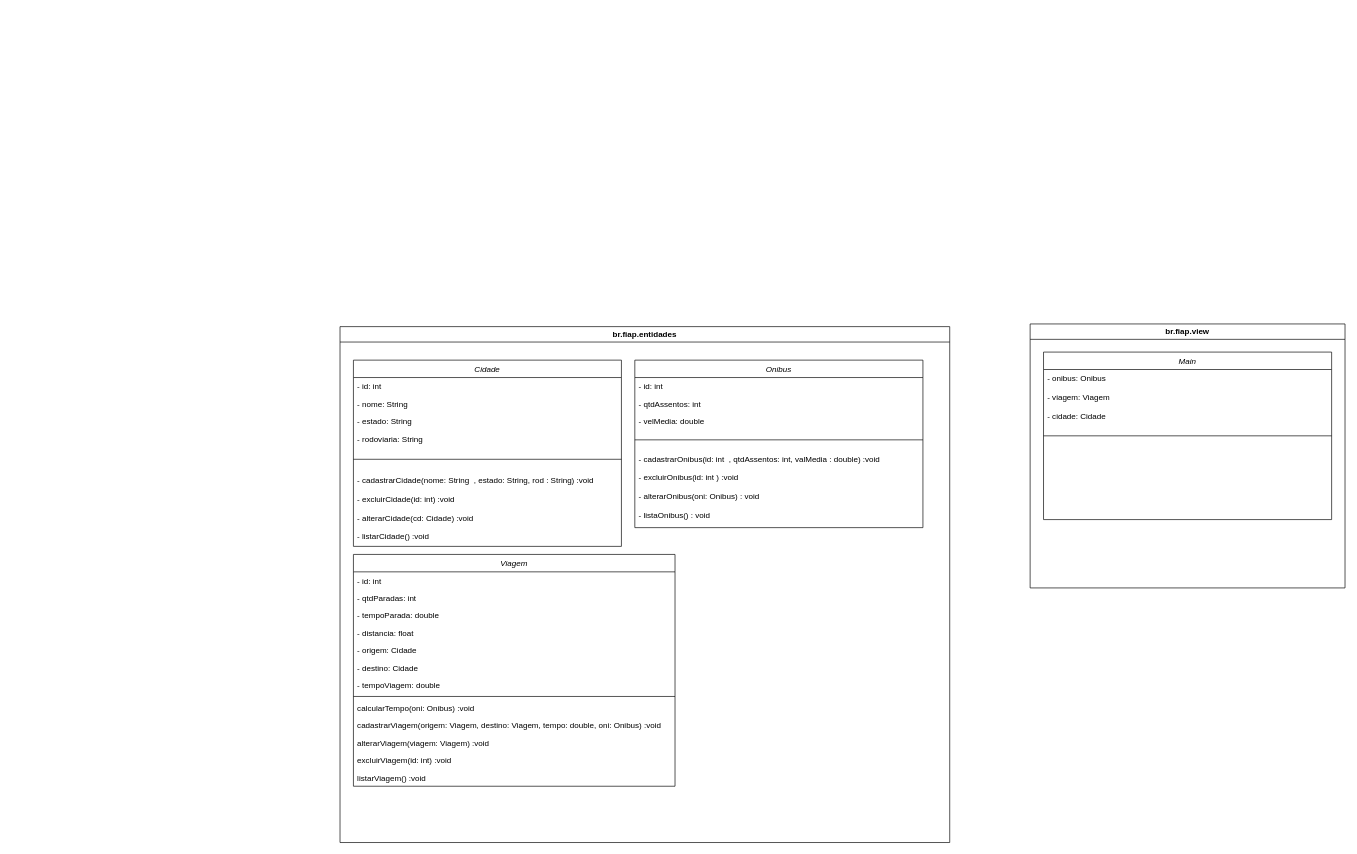
Earlier version of the draw.io diagram Checkpoint01.drawio (FIAP-2024-3SIS/checkpoint-1-innovateit). Source tidied: cells renumbered, new cells numbered last; positions are measured from the earlier drawing's top-left corner, leaving out a move shared by most shapes. Both pictures are drawn from the tidied source at 67%, with x=0, y=0 at pixel (340, 324).
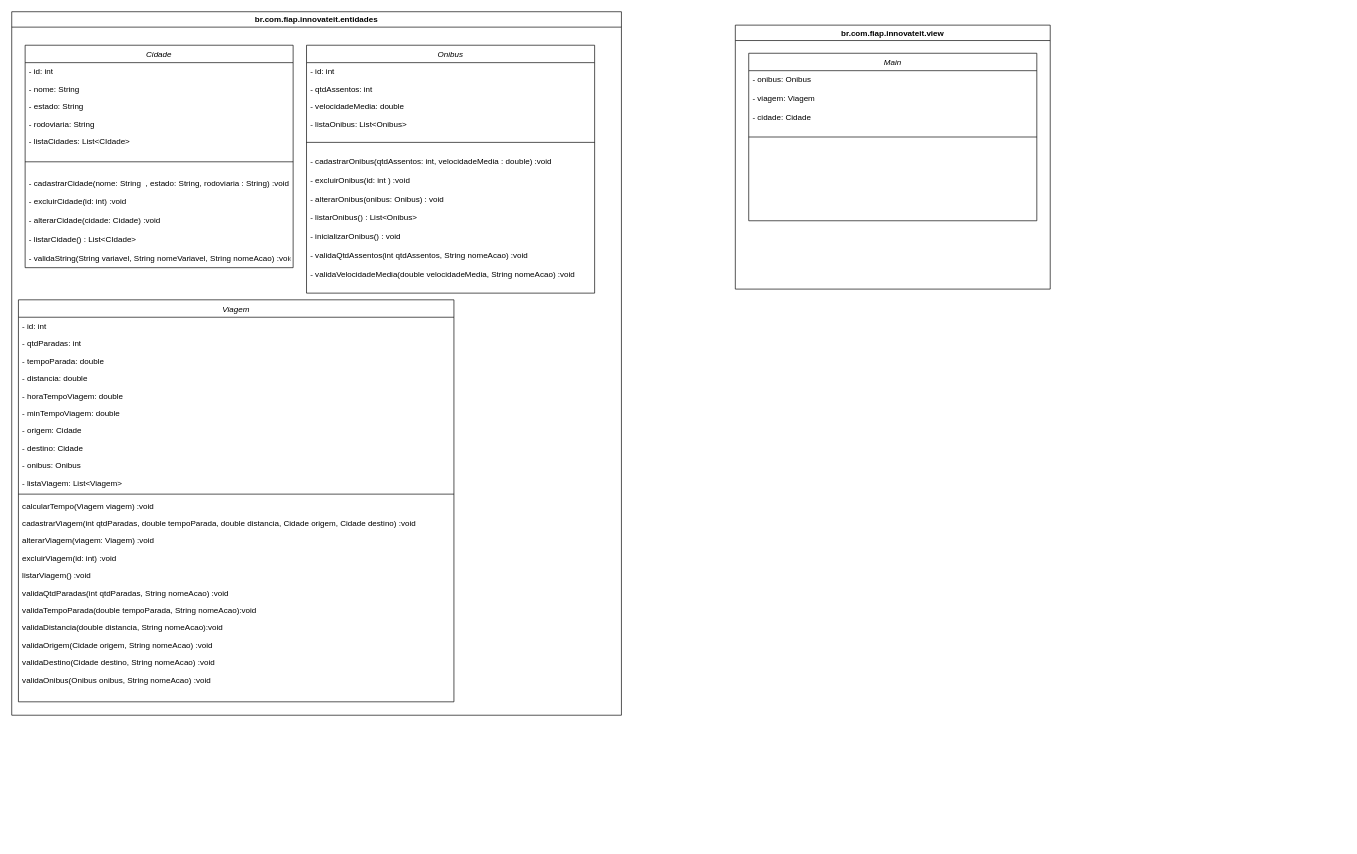
The same page after the edit.

Commit message:
Finalizando diagrama com os pacotes

Diff of the diagram source:
```diff
@@
-    <mxCell id="2" value="br.fiap.entidades" style="swimlane;whiteSpace=wrap;html=1;" parent="1" vertex="1">
-      <mxGeometry y="4" width="910" height="770" as="geometry" />
+    <mxCell id="2" value="br.com.fiap.innovateit.entidades" style="swimlane;whiteSpace=wrap;html=1;startSize=23;" parent="1" vertex="1">
+      <mxGeometry x="-490" y="-466" width="910" height="1050" as="geometry" />
     </mxCell>
     <mxCell id="3" value="Cidade" style="swimlane;fontStyle=2;align=center;verticalAlign=top;horizontal=1;startSize=26;rounded=0;shadow=0;strokeWidth=1;" parent="2" vertex="1">
-      <mxGeometry x="20" y="50" width="400" height="278" as="geometry" />
+      <mxGeometry x="20" y="50" width="400" height="332" as="geometry" />
     </mxCell>
@@
+    <mxCell id="42" value="- listaCidades: List&lt;CIdade&gt;" style="text;align=left;verticalAlign=top;spacingLeft=4;spacingRight=4;overflow=hidden;" parent="3" vertex="1">
+      <mxGeometry y="130" width="400" height="26" as="geometry" />
+    </mxCell>
     <mxCell id="8" style="line;html=1;strokeWidth=1;align=left;verticalAlign=middle;spacingTop=-1;spacingLeft=3;spacingRight=3;labelPosition=right;" parent="3" vertex="1">
-      <mxGeometry y="130" width="400" height="36" as="geometry" />
+      <mxGeometry y="156" width="400" height="36" as="geometry" />
     </mxCell>
-    <mxCell id="9" value="- cadastrarCidade(nome: String  , estado: String, rod : String) :void" style="text;align=left;verticalAlign=top;spacingLeft=4;spacingRight=4;overflow=hidden;rounded=0;shadow=0;html=0;" parent="3" vertex="1">
-      <mxGeometry y="166" width="400" height="28" as="geometry" />
+    <mxCell id="9" value="- cadastrarCidade(nome: String  , estado: String, rodoviaria : String) :void" style="text;align=left;verticalAlign=top;spacingLeft=4;spacingRight=4;overflow=hidden;rounded=0;shadow=0;html=0;" parent="3" vertex="1">
+      <mxGeometry y="192" width="400" height="28" as="geometry" />
     </mxCell>
     <mxCell id="10" value="- excluirCidade(id: int) :void&#10;&#10;" style="text;align=left;verticalAlign=top;spacingLeft=4;spacingRight=4;overflow=hidden;rounded=0;shadow=0;html=0;" parent="3" vertex="1">
-      <mxGeometry y="194" width="400" height="28" as="geometry" />
+      <mxGeometry y="220" width="400" height="28" as="geometry" />
     </mxCell>
-    <mxCell id="11" value="- alterarCidade(cd: Cidade) :void&#10;&#10;" style="text;align=left;verticalAlign=top;spacingLeft=4;spacingRight=4;overflow=hidden;rounded=0;shadow=0;html=0;" parent="3" vertex="1">
-      <mxGeometry y="222" width="400" height="28" as="geometry" />
+    <mxCell id="11" value="- alterarCidade(cidade: Cidade) :void&#10;&#10;" style="text;align=left;verticalAlign=top;spacingLeft=4;spacingRight=4;overflow=hidden;rounded=0;shadow=0;html=0;" parent="3" vertex="1">
+      <mxGeometry y="248" width="400" height="28" as="geometry" />
     </mxCell>
-    <mxCell id="12" value="- listarCidade() :void&#10;&#10;" style="text;align=left;verticalAlign=top;spacingLeft=4;spacingRight=4;overflow=hidden;rounded=0;shadow=0;html=0;" parent="3" vertex="1">
-      <mxGeometry y="250" width="400" height="28" as="geometry" />
+    <mxCell id="12" value="- listarCidade() : List&lt;CIdade&gt;" style="text;align=left;verticalAlign=top;spacingLeft=4;spacingRight=4;overflow=hidden;rounded=0;shadow=0;html=0;" parent="3" vertex="1">
+      <mxGeometry y="276" width="400" height="28" as="geometry" />
     </mxCell>
+    <mxCell id="43" value="- validaString(String variavel, String nomeVariavel, String nomeAcao) :void&#10;&#10;" style="text;align=left;verticalAlign=top;spacingLeft=4;spacingRight=4;overflow=hidden;rounded=0;shadow=0;html=0;" parent="3" vertex="1">
+      <mxGeometry y="304" width="400" height="28" as="geometry" />
+    </mxCell>
     <mxCell id="13" value="Viagem" style="swimlane;fontStyle=2;align=center;verticalAlign=top;horizontal=1;startSize=26;rounded=0;shadow=0;strokeWidth=1;" parent="2" vertex="1">
-      <mxGeometry x="20" y="340" width="480" height="346" as="geometry" />
+      <mxGeometry x="10" y="430" width="650" height="600" as="geometry" />
     </mxCell>
     <mxCell id="14" value="- id: int" style="text;align=left;verticalAlign=top;spacingLeft=4;spacingRight=4;overflow=hidden;" parent="13" vertex="1">
-      <mxGeometry y="26" width="480" height="26" as="geometry" />
+      <mxGeometry y="26" width="650" height="26" as="geometry" />
     </mxCell>
     <mxCell id="15" value="- qtdParadas: int" style="text;align=left;verticalAlign=top;spacingLeft=4;spacingRight=4;overflow=hidden;" parent="13" vertex="1">
-      <mxGeometry y="52" width="480" height="26" as="geometry" />
+      <mxGeometry y="52" width="650" height="26" as="geometry" />
     </mxCell>
     <mxCell id="16" value="- tempoParada: double&#10;" style="text;align=left;verticalAlign=top;spacingLeft=4;spacingRight=4;overflow=hidden;" parent="13" vertex="1">
-      <mxGeometry y="78" width="480" height="26" as="geometry" />
+      <mxGeometry y="78" width="650" height="26" as="geometry" />
     </mxCell>
-    <mxCell id="17" value="- distancia: float" style="text;align=left;verticalAlign=top;spacingLeft=4;spacingRight=4;overflow=hidden;rounded=0;shadow=0;html=0;" parent="13" vertex="1">
-      <mxGeometry y="104" width="480" height="26" as="geometry" />
+    <mxCell id="17" value="- distancia: double" style="text;align=left;verticalAlign=top;spacingLeft=4;spacingRight=4;overflow=hidden;rounded=0;shadow=0;html=0;" parent="13" vertex="1">
+      <mxGeometry y="104" width="650" height="26" as="geometry" />
     </mxCell>
+    <mxCell id="20" value="- horaTempoViagem: double&#10;" style="text;align=left;verticalAlign=top;spacingLeft=4;spacingRight=4;overflow=hidden;" parent="13" vertex="1">
+      <mxGeometry y="130" width="650" height="26" as="geometry" />
+    </mxCell>
+    <mxCell id="44" value="- minTempoViagem: double&#10;" style="text;align=left;verticalAlign=top;spacingLeft=4;spacingRight=4;overflow=hidden;" parent="13" vertex="1">
+      <mxGeometry y="156" width="650" height="26" as="geometry" />
+    </mxCell>
     <mxCell id="18" value="- origem: Cidade&#10;" style="text;align=left;verticalAlign=top;spacingLeft=4;spacingRight=4;overflow=hidden;rounded=0;shadow=0;html=0;" parent="13" vertex="1">
-      <mxGeometry y="130" width="480" height="26" as="geometry" />
+      <mxGeometry y="182" width="650" height="26" as="geometry" />
     </mxCell>
     <mxCell id="19" value="- destino: Cidade&#10;" style="text;align=left;verticalAlign=top;spacingLeft=4;spacingRight=4;overflow=hidden;rounded=0;shadow=0;html=0;" parent="13" vertex="1">
-      <mxGeometry y="156" width="480" height="26" as="geometry" />
+      <mxGeometry y="208" width="650" height="26" as="geometry" />
     </mxCell>
-    <mxCell id="20" value="- tempoViagem: double&#10;" style="text;align=left;verticalAlign=top;spacingLeft=4;spacingRight=4;overflow=hidden;" parent="13" vertex="1">
-      <mxGeometry y="182" width="480" height="26" as="geometry" />
-    </mxCell>
+    <mxCell id="45" value="- onibus: Onibus&#10;" style="text;align=left;verticalAlign=top;spacingLeft=4;spacingRight=4;overflow=hidden;rounded=0;shadow=0;html=0;" parent="13" vertex="1">
+      <mxGeometry y="234" width="650" height="26" as="geometry" />
+    </mxCell>
+    <mxCell id="46" value="- listaViagem: List&lt;Viagem&gt;" style="text;align=left;verticalAlign=top;spacingLeft=4;spacingRight=4;overflow=hidden;rounded=0;shadow=0;html=0;" parent="13" vertex="1">
+      <mxGeometry y="260" width="650" height="26" as="geometry" />
+    </mxCell>
     <mxCell id="21" style="line;html=1;strokeWidth=1;align=left;verticalAlign=middle;spacingTop=-1;spacingLeft=3;spacingRight=3;labelPosition=right;" parent="13" vertex="1">
-      <mxGeometry y="208" width="480" height="8" as="geometry" />
+      <mxGeometry y="286" width="650" height="8" as="geometry" />
     </mxCell>
-    <mxCell id="22" value="calcularTempo(oni: Onibus) :void&#10;" style="text;align=left;verticalAlign=top;spacingLeft=4;spacingRight=4;overflow=hidden;rounded=0;shadow=0;html=0;" parent="13" vertex="1">
-      <mxGeometry y="216" width="480" height="26" as="geometry" />
+    <mxCell id="22" value="calcularTempo(Viagem viagem) :void&#10;" style="text;align=left;verticalAlign=top;spacingLeft=4;spacingRight=4;overflow=hidden;rounded=0;shadow=0;html=0;" parent="13" vertex="1">
+      <mxGeometry y="294" width="650" height="26" as="geometry" />
     </mxCell>
-    <mxCell id="23" value="cadastrarViagem(origem: Viagem, destino: Viagem, tempo: double, oni: Onibus) :void&#10;&#10;" style="text;align=left;verticalAlign=top;spacingLeft=4;spacingRight=4;overflow=hidden;rounded=0;shadow=0;html=0;" parent="13" vertex="1">
-      <mxGeometry y="242" width="480" height="26" as="geometry" />
+    <mxCell id="23" value="cadastrarViagem(int qtdParadas, double tempoParada, double distancia, Cidade origem, Cidade destino) :void&#10;&#10;" style="text;align=left;verticalAlign=top;spacingLeft=4;spacingRight=4;overflow=hidden;rounded=0;shadow=0;html=0;" parent="13" vertex="1">
+      <mxGeometry y="320" width="650" height="26" as="geometry" />
     </mxCell>
     <mxCell id="24" value="alterarViagem(viagem: Viagem) :void&#10;" style="text;align=left;verticalAlign=top;spacingLeft=4;spacingRight=4;overflow=hidden;rounded=0;shadow=0;html=0;" parent="13" vertex="1">
-      <mxGeometry y="268" width="480" height="26" as="geometry" />
+      <mxGeometry y="346" width="650" height="26" as="geometry" />
     </mxCell>
     <mxCell id="25" value="excluirViagem(id: int) :void&#10;&#10;" style="text;align=left;verticalAlign=top;spacingLeft=4;spacingRight=4;overflow=hidden;rounded=0;shadow=0;html=0;" parent="13" vertex="1">
-      <mxGeometry y="294" width="480" height="26" as="geometry" />
+      <mxGeometry y="372" width="650" height="26" as="geometry" />
     </mxCell>
     <mxCell id="26" value="listarViagem() :void&#10;&#10;" style="text;align=left;verticalAlign=top;spacingLeft=4;spacingRight=4;overflow=hidden;rounded=0;shadow=0;html=0;" parent="13" vertex="1">
-      <mxGeometry y="320" width="480" height="26" as="geometry" />
+      <mxGeometry y="398" width="650" height="26" as="geometry" />
     </mxCell>
+    <mxCell id="47" value="validaQtdParadas(int qtdParadas, String nomeAcao) :void&#10;" style="text;align=left;verticalAlign=top;spacingLeft=4;spacingRight=4;overflow=hidden;rounded=0;shadow=0;html=0;" parent="13" vertex="1">
+      <mxGeometry y="424" width="650" height="26" as="geometry" />
+    </mxCell>
+    <mxCell id="48" value="validaTempoParada(double tempoParada, String nomeAcao):void&#10;" style="text;align=left;verticalAlign=top;spacingLeft=4;spacingRight=4;overflow=hidden;rounded=0;shadow=0;html=0;" parent="13" vertex="1">
+      <mxGeometry y="450" width="650" height="26" as="geometry" />
+    </mxCell>
+    <mxCell id="49" value="validaDistancia(double distancia, String nomeAcao):void&#10;" style="text;align=left;verticalAlign=top;spacingLeft=4;spacingRight=4;overflow=hidden;rounded=0;shadow=0;html=0;" parent="13" vertex="1">
+      <mxGeometry y="476" width="650" height="26" as="geometry" />
+    </mxCell>
+    <mxCell id="50" value="validaOrigem(Cidade origem, String nomeAcao) :void&#10;" style="text;align=left;verticalAlign=top;spacingLeft=4;spacingRight=4;overflow=hidden;rounded=0;shadow=0;html=0;" parent="13" vertex="1">
+      <mxGeometry y="502" width="650" height="26" as="geometry" />
+    </mxCell>
+    <mxCell id="51" value="validaDestino(Cidade destino, String nomeAcao) :void&#10;" style="text;align=left;verticalAlign=top;spacingLeft=4;spacingRight=4;overflow=hidden;rounded=0;shadow=0;html=0;" parent="13" vertex="1">
+      <mxGeometry y="528" width="650" height="26" as="geometry" />
+    </mxCell>
+    <mxCell id="52" value="validaOnibus(Onibus onibus, String nomeAcao) :void&#10;" style="text;align=left;verticalAlign=top;spacingLeft=4;spacingRight=4;overflow=hidden;rounded=0;shadow=0;html=0;" parent="13" vertex="1">
+      <mxGeometry y="554" width="650" height="26" as="geometry" />
+    </mxCell>
     <mxCell id="27" value="Onibus&#10;" style="swimlane;fontStyle=2;align=center;verticalAlign=top;horizontal=1;startSize=26;rounded=0;shadow=0;strokeWidth=1;" parent="2" vertex="1">
-      <mxGeometry x="440" y="50" width="430" height="250" as="geometry" />
+      <mxGeometry x="440" y="50" width="430" height="370" as="geometry" />
     </mxCell>
@@
-    <mxCell id="30" value="- velMedia: double" style="text;align=left;verticalAlign=top;spacingLeft=4;spacingRight=4;overflow=hidden;rounded=0;shadow=0;html=0;" parent="27" vertex="1">
+    <mxCell id="30" value="- velocidadeMedia: double" style="text;align=left;verticalAlign=top;spacingLeft=4;spacingRight=4;overflow=hidden;rounded=0;shadow=0;html=0;" parent="27" vertex="1">
       <mxGeometry y="78" width="430" height="26" as="geometry" />
     </mxCell>
+    <mxCell id="53" value="- listaOnibus: List&lt;Onibus&gt;" style="text;align=left;verticalAlign=top;spacingLeft=4;spacingRight=4;overflow=hidden;rounded=0;shadow=0;html=0;" parent="27" vertex="1">
+      <mxGeometry y="104" width="430" height="26" as="geometry" />
+    </mxCell>
     <mxCell id="31" style="line;html=1;strokeWidth=1;align=left;verticalAlign=middle;spacingTop=-1;spacingLeft=3;spacingRight=3;labelPosition=right;" parent="27" vertex="1">
-      <mxGeometry y="104" width="430" height="30" as="geometry" />
+      <mxGeometry y="130" width="430" height="30" as="geometry" />
     </mxCell>
-    <mxCell id="32" value="- cadastrarOnibus(id: int  , qtdAssentos: int, valMedia : double) :void" style="text;align=left;verticalAlign=top;spacingLeft=4;spacingRight=4;overflow=hidden;rounded=0;shadow=0;html=0;" parent="27" vertex="1">
-      <mxGeometry y="134" width="430" height="28" as="geometry" />
+    <mxCell id="32" value="- cadastrarOnibus(qtdAssentos: int, velocidadeMedia : double) :void" style="text;align=left;verticalAlign=top;spacingLeft=4;spacingRight=4;overflow=hidden;rounded=0;shadow=0;html=0;" parent="27" vertex="1">
+      <mxGeometry y="160" width="430" height="28" as="geometry" />
     </mxCell>
     <mxCell id="33" value="- excluirOnibus(id: int ) :void" style="text;align=left;verticalAlign=top;spacingLeft=4;spacingRight=4;overflow=hidden;rounded=0;shadow=0;html=0;" parent="27" vertex="1">
-      <mxGeometry y="162" width="430" height="28" as="geometry" />
+      <mxGeometry y="188" width="430" height="28" as="geometry" />
     </mxCell>
-    <mxCell id="34" value="- alterarOnibus(oni: Onibus) : void" style="text;align=left;verticalAlign=top;spacingLeft=4;spacingRight=4;overflow=hidden;rounded=0;shadow=0;html=0;" parent="27" vertex="1">
-      <mxGeometry y="190" width="430" height="28" as="geometry" />
+    <mxCell id="34" value="- alterarOnibus(onibus: Onibus) : void" style="text;align=left;verticalAlign=top;spacingLeft=4;spacingRight=4;overflow=hidden;rounded=0;shadow=0;html=0;" parent="27" vertex="1">
+      <mxGeometry y="216" width="430" height="28" as="geometry" />
     </mxCell>
-    <mxCell id="35" value="- listaOnibus() : void" style="text;align=left;verticalAlign=top;spacingLeft=4;spacingRight=4;overflow=hidden;rounded=0;shadow=0;html=0;" parent="27" vertex="1">
-      <mxGeometry y="218" width="430" height="28" as="geometry" />
+    <mxCell id="35" value="- listarOnibus() : List&lt;Onibus&gt;" style="text;align=left;verticalAlign=top;spacingLeft=4;spacingRight=4;overflow=hidden;rounded=0;shadow=0;html=0;" parent="27" vertex="1">
+      <mxGeometry y="244" width="430" height="28" as="geometry" />
     </mxCell>
+    <mxCell id="54" value="- inicializarOnibus() : void" style="text;align=left;verticalAlign=top;spacingLeft=4;spacingRight=4;overflow=hidden;rounded=0;shadow=0;html=0;" parent="27" vertex="1">
+      <mxGeometry y="272" width="430" height="28" as="geometry" />
+    </mxCell>
+    <mxCell id="55" value="- validaQtdAssentos(int qtdAssentos, String nomeAcao) :void&#10;&#10;" style="text;align=left;verticalAlign=top;spacingLeft=4;spacingRight=4;overflow=hidden;rounded=0;shadow=0;html=0;" parent="27" vertex="1">
+      <mxGeometry y="300" width="430" height="28" as="geometry" />
+    </mxCell>
+    <mxCell id="56" value="- validaVelocidadeMedia(double velocidadeMedia, String nomeAcao) :void&#10;&#10;" style="text;align=left;verticalAlign=top;spacingLeft=4;spacingRight=4;overflow=hidden;rounded=0;shadow=0;html=0;" parent="27" vertex="1">
+      <mxGeometry y="328" width="430" height="28" as="geometry" />
+    </mxCell>
-    <mxCell id="36" value="br.fiap.view" style="swimlane;whiteSpace=wrap;html=1;" parent="1" vertex="1">
-      <mxGeometry x="1030" width="470" height="394" as="geometry" />
+    <mxCell id="36" value="br.com.fiap.innovateit.view" style="swimlane;whiteSpace=wrap;html=1;" parent="1" vertex="1">
+      <mxGeometry x="590" y="-446" width="470" height="394" as="geometry" />
     </mxCell>
```
